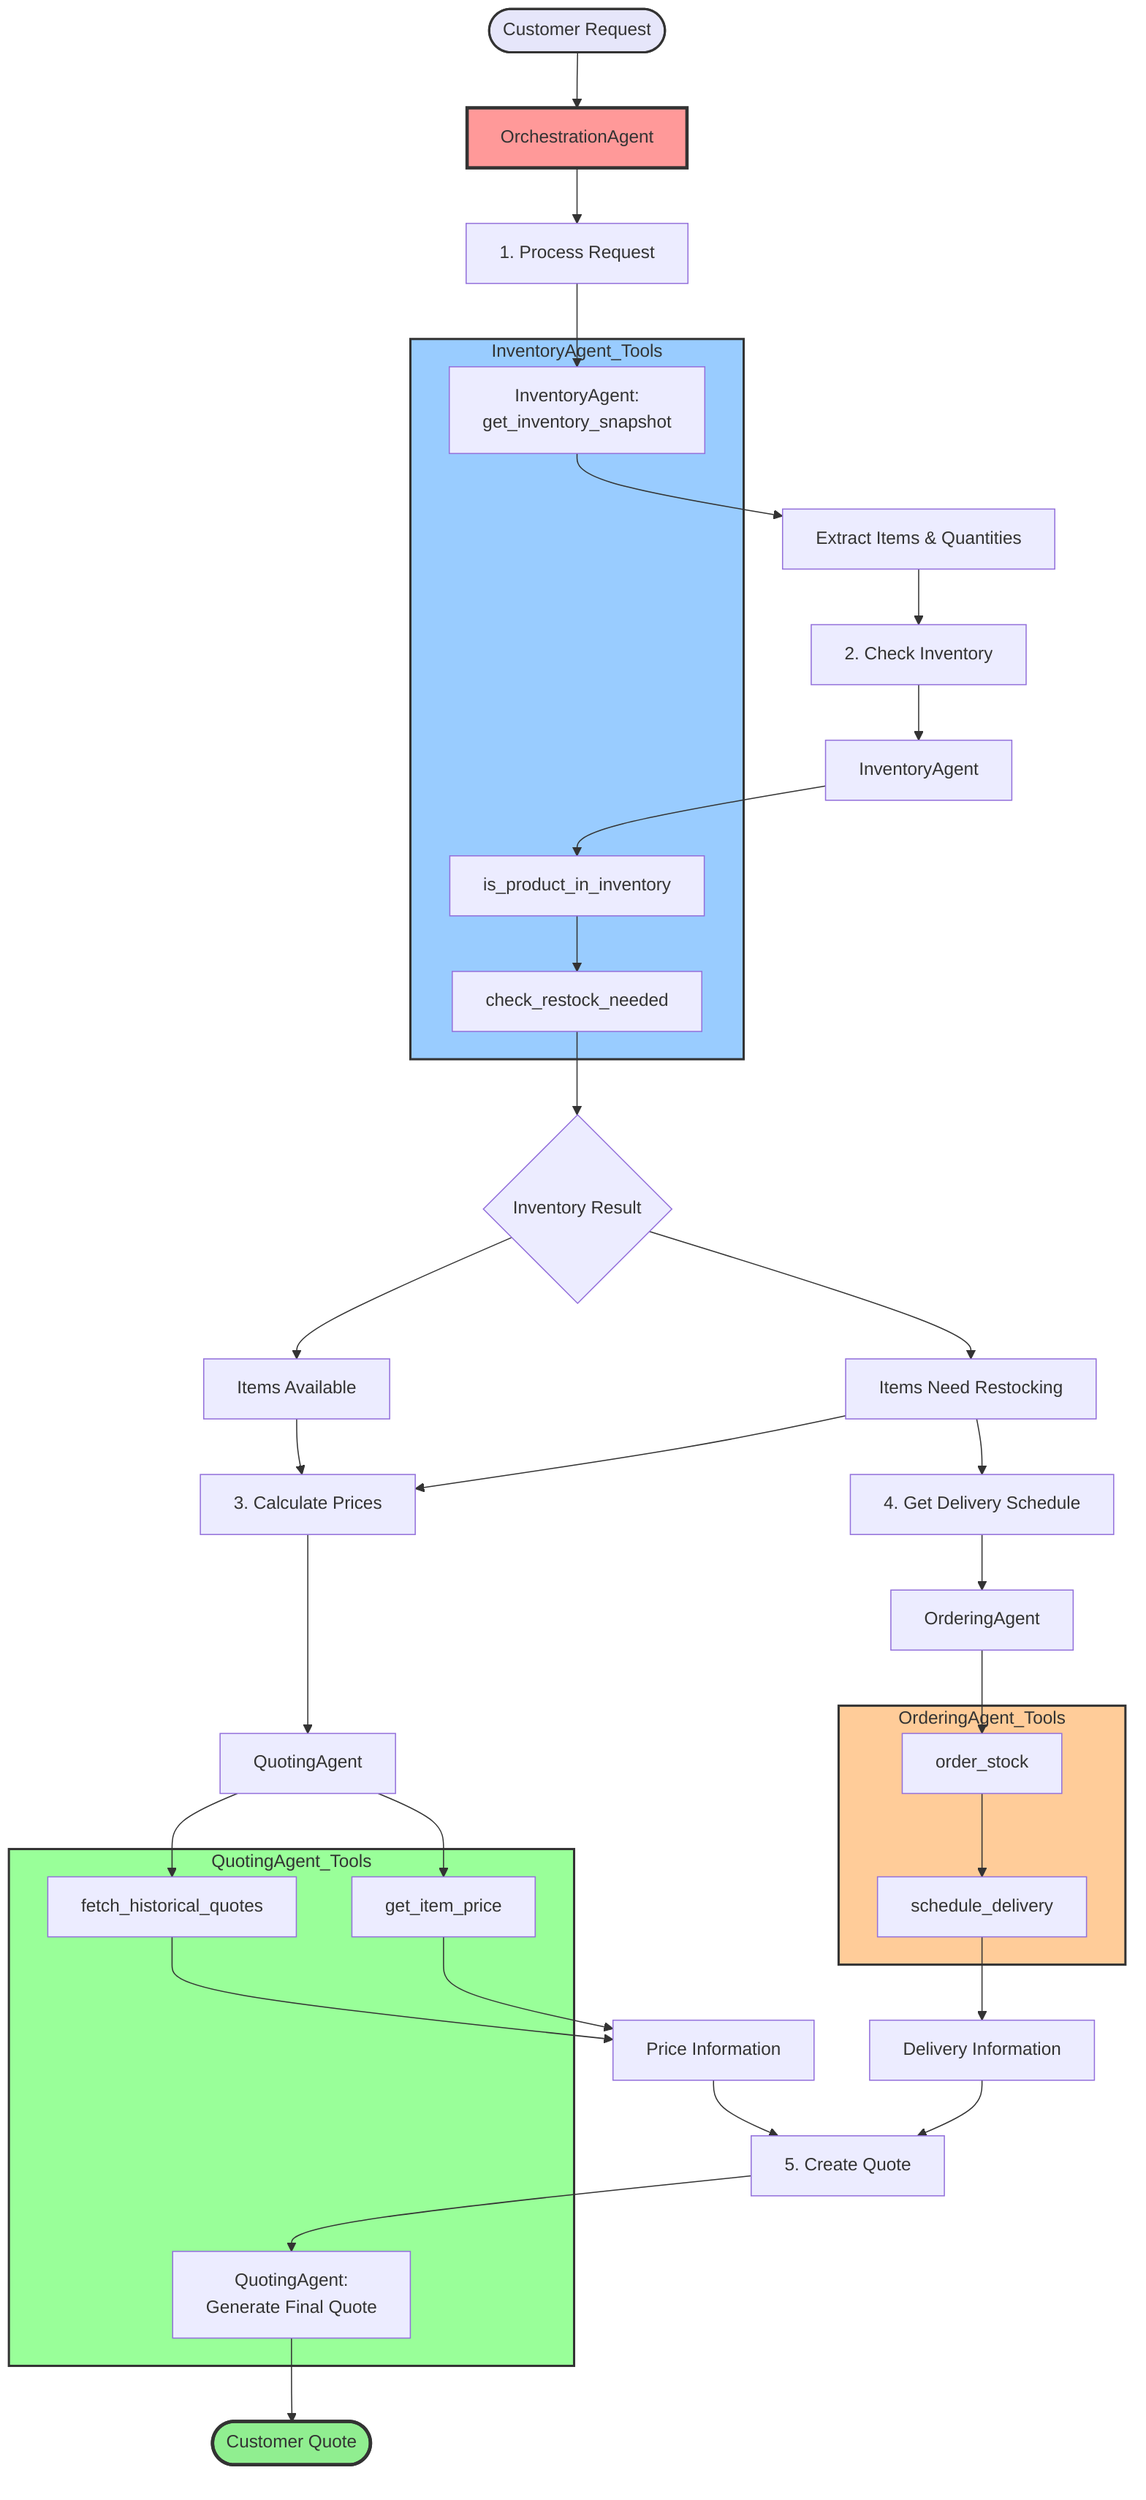
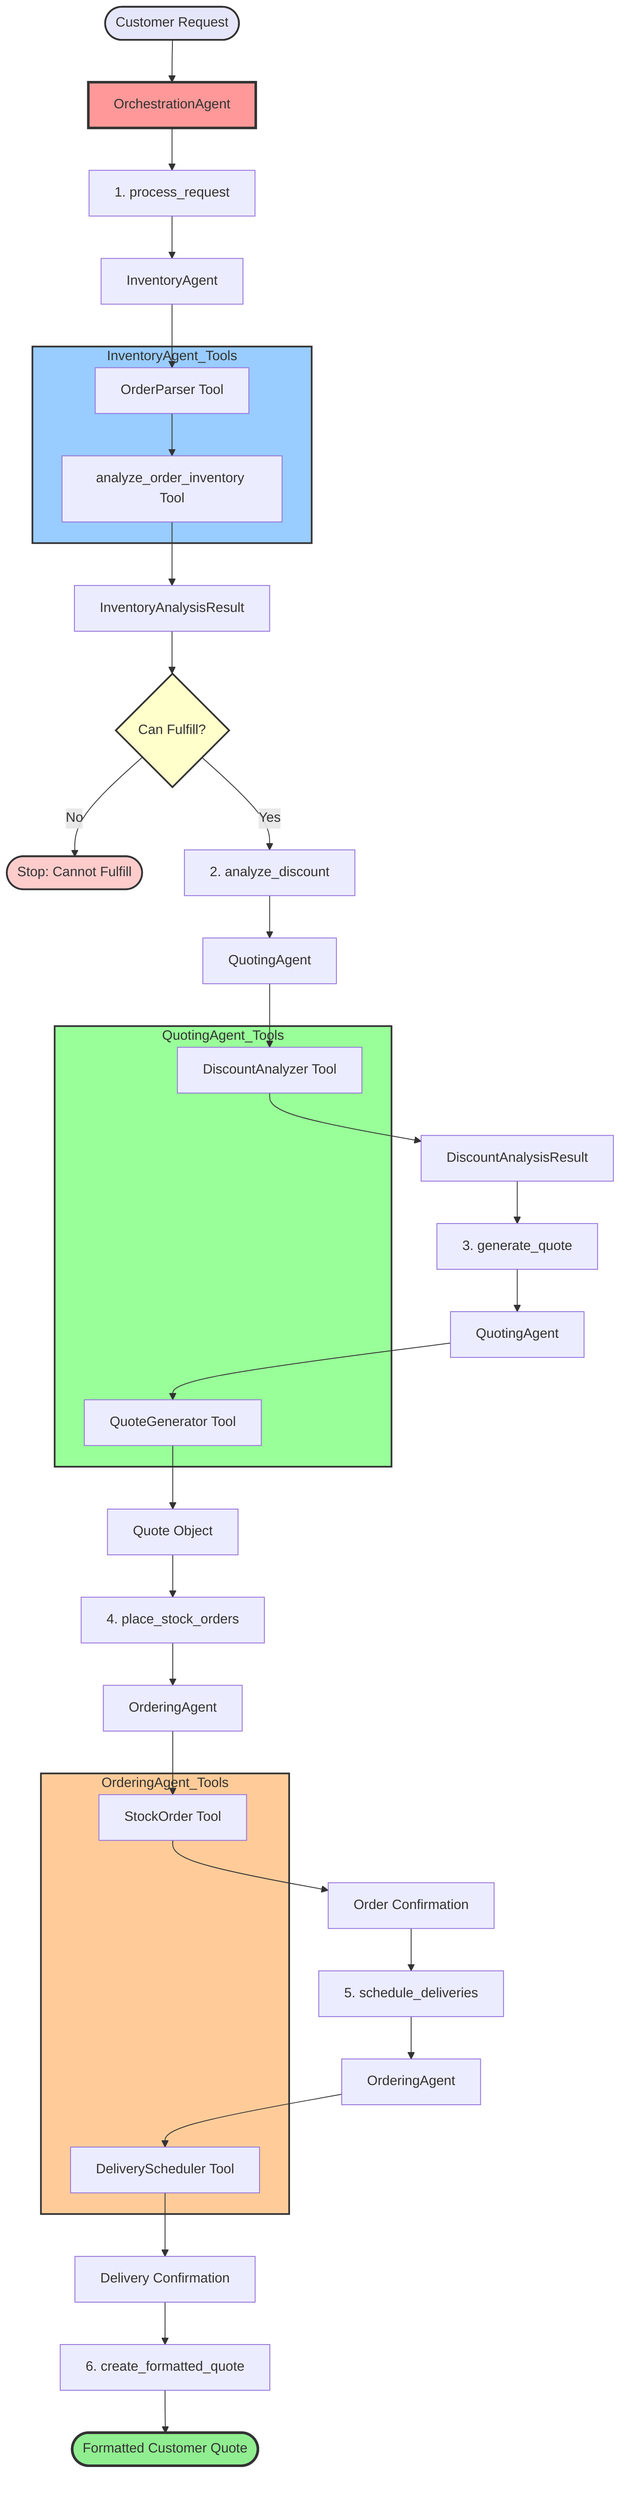
graph TB
    Start([Customer Request]) --> Orchestrator[OrchestrationAgent]

-     Orchestrator --> ProcessRequest[1. Process Request]
-     ProcessRequest --> InvAgent1[InventoryAgent:<br/>get_inventory_snapshot]
-     InvAgent1 --> ExtractItems[Extract Items & Quantities]
+     Orchestrator --> Step1[1. process_request]
+     Step1 --> InvAgent[InventoryAgent]
+     InvAgent --> OrderParser[OrderParser Tool]
+     OrderParser --> AnalyzeInv[analyze_order_inventory Tool]
+     AnalyzeInv --> InvResult[InventoryAnalysisResult]

-     ExtractItems --> CheckInv[2. Check Inventory]
-     CheckInv --> InvAgent2[InventoryAgent]
-     InvAgent2 --> InvCheck1[is_product_in_inventory]
-     InvCheck1 --> InvCheck2[check_restock_needed]
-     InvCheck2 --> InvResult{Inventory Result}
+     InvResult --> Decision{Can Fulfill?}
+     Decision -->|No| StopProcessing([Stop: Cannot Fulfill])
+     Decision -->|Yes| Step2[2. analyze_discount]

-     InvResult --> Available[Items Available]
-     InvResult --> Restock[Items Need Restocking]
+     Step2 --> QuoteAgent1[QuotingAgent]
+     QuoteAgent1 --> DiscountTool[DiscountAnalyzer Tool]
+     DiscountTool --> DiscountResult[DiscountAnalysisResult]

-     Available --> CalcPrice[3. Calculate Prices]
-     Restock --> CalcPrice
+     DiscountResult --> Step3[3. generate_quote]
+     Step3 --> QuoteAgent2[QuotingAgent]
+     QuoteAgent2 --> QuoteTool[QuoteGenerator Tool]
+     QuoteTool --> QuoteResult[Quote Object]

-     CalcPrice --> QuoteAgent1[QuotingAgent]
-     QuoteAgent1 --> GetPrice[get_item_price]
-     QuoteAgent1 --> FetchHistory[fetch_historical_quotes]
-     FetchHistory --> PriceInfo[Price Information]
-     GetPrice --> PriceInfo
+     QuoteResult --> Step4[4. place_stock_orders]
+     Step4 --> OrderAgent1[OrderingAgent]
+     OrderAgent1 --> StockTool[StockOrder Tool]
+     StockTool --> OrderConfirm[Order Confirmation]

-     Restock --> GetDelivery[4. Get Delivery Schedule]
-     GetDelivery --> OrderAgent1[OrderingAgent]
-     OrderAgent1 --> PlaceOrder[order_stock]
-     PlaceOrder --> ScheduleDeliv[schedule_delivery]
-     ScheduleDeliv --> DeliveryInfo[Delivery Information]
+     OrderConfirm --> Step5[5. schedule_deliveries]
+     Step5 --> OrderAgent2[OrderingAgent]
+     OrderAgent2 --> DeliveryTool[DeliveryScheduler Tool]
+     DeliveryTool --> DeliveryConfirm[Delivery Confirmation]

-     PriceInfo --> CreateQuote[5. Create Quote]
-     DeliveryInfo --> CreateQuote
-     CreateQuote --> QuoteAgent2[QuotingAgent:<br/>Generate Final Quote]
-     QuoteAgent2 --> FinalQuote([Customer Quote])
+     DeliveryConfirm --> Step6[6. create_formatted_quote]
+     Step6 --> FinalQuote([Formatted Customer Quote])

    subgraph InventoryAgent_Tools
-         InvCheck1
-         InvCheck2
-         InvAgent1
+         OrderParser
+         AnalyzeInv
    end

    subgraph QuotingAgent_Tools
-         GetPrice
-         FetchHistory
-         QuoteAgent2
+         DiscountTool
+         QuoteTool
    end

    subgraph OrderingAgent_Tools
-         PlaceOrder
-         ScheduleDeliv
+         StockTool
+         DeliveryTool
    end

    style Orchestrator fill:#ff9999,stroke:#333,stroke-width:3px
    style InventoryAgent_Tools fill:#99ccff,stroke:#333,stroke-width:2px
    style QuotingAgent_Tools fill:#99ff99,stroke:#333,stroke-width:2px
    style OrderingAgent_Tools fill:#ffcc99,stroke:#333,stroke-width:2px
    style Start fill:#e6e6fa,stroke:#333,stroke-width:2px
    style FinalQuote fill:#90ee90,stroke:#333,stroke-width:3px
+     style StopProcessing fill:#ffcccc,stroke:#333,stroke-width:2px
+     style Decision fill:#ffffcc,stroke:#333,stroke-width:2px
